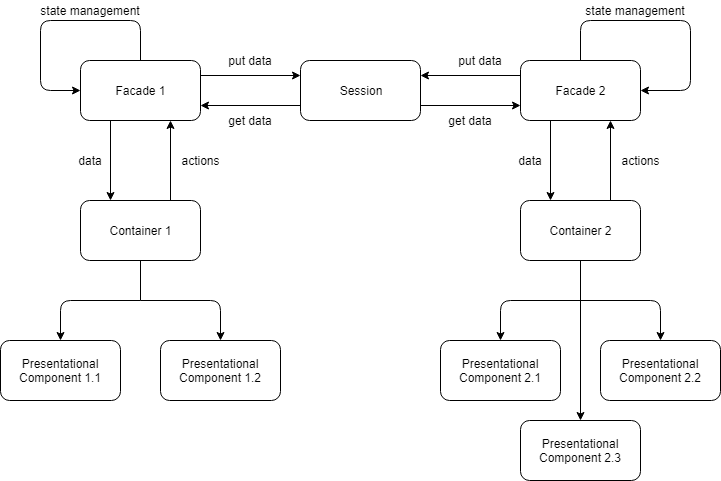
Above: resources/img/re-action-architecture.png in markostanimirovic/re-action (draw.io), before the change. Source tidied: cells renumbered, new cells last; positions are measured from the earlier drawing's top-left corner, leaving out a move shared by most shapes.
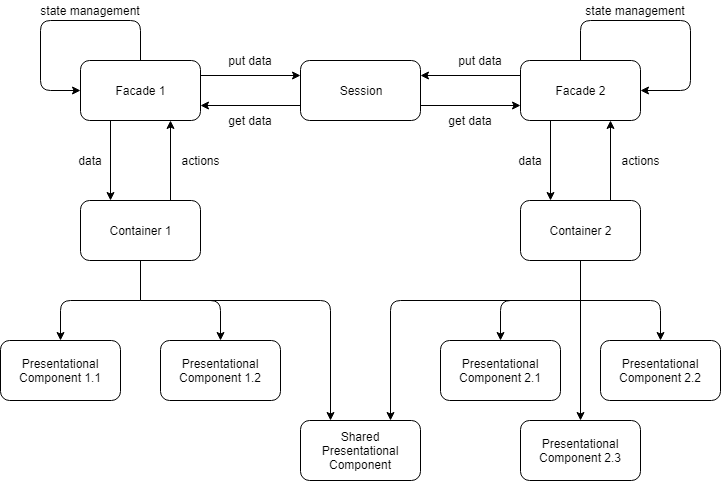
After the change.

Commit message:
Updated Re-Action architecture image.

What changed in the source:
```diff
@@ -144,5 +144,24 @@
     <mxCell id="37" style="endArrow=classic;html=1;entryX=0.5;entryY=0;entryDx=0;entryDy=0;exitX=0.5;exitY=1;exitDx=0;exitDy=0;" parent="1" edge="1" source="16" target="36">
       <mxGeometry relative="1" as="geometry" />
     </mxCell>
+    <mxCell id="38" value="Shared Presentational Component" style="rounded=1;whiteSpace=wrap;html=1;" parent="1" vertex="1">
+      <mxGeometry x="300" y="420" width="120" height="60" as="geometry" />
+    </mxCell>
+    <mxCell id="39" style="endArrow=classic;html=1;entryX=0.25;entryY=0;entryDx=0;entryDy=0;" parent="1" edge="1" target="38">
+      <mxGeometry relative="1" as="geometry">
+        <mxPoint x="140" y="300" as="sourcePoint" />
+        <Array as="points">
+          <mxPoint x="330" y="300" />
+        </Array>
+      </mxGeometry>
+    </mxCell>
+    <mxCell id="40" style="endArrow=classic;html=1;entryX=0.75;entryY=0;entryDx=0;entryDy=0;" parent="1" edge="1" target="38">
+      <mxGeometry relative="1" as="geometry">
+        <mxPoint x="580" y="300" as="sourcePoint" />
+        <Array as="points">
+          <mxPoint x="390" y="300" />
+        </Array>
+      </mxGeometry>
+    </mxCell>
   </root>
 </mxGraphModel>
```
